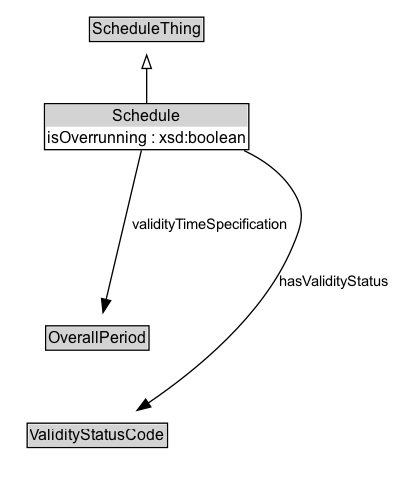
This is docs/diagrams/Schedule.dot.png from k-vaughn/ontology-its-time, a Graphviz export, as it was before one commit. Its source is kept beside it as docs/diagrams/Schedule.dot.
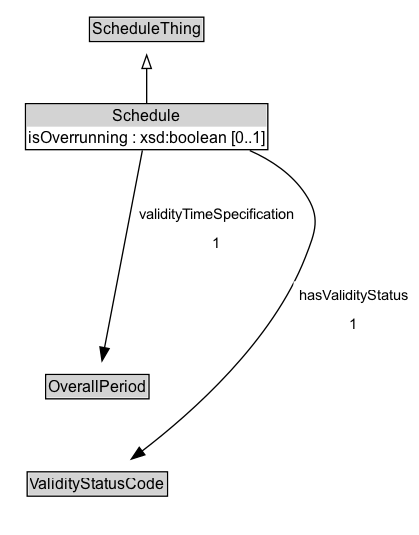
Later version of the same file.

Change to the diagram source:
```diff
@@ -6,7 +6,7 @@
 		rank=source
 		ScheduleThing [label=<<TABLE BORDER="1" CELLBORDER="0" CELLSPACING="0" CELLPADDING="1"><TR><TD BGCOLOR="lightgray" ALIGN="CENTER">ScheduleThing</TD></TR></TABLE>> URL="../ScheduleThing" margin=0]
 	}
-	Schedule [label=<<TABLE BORDER="1" CELLBORDER="0" CELLSPACING="0" CELLPADDING="1"><TR><TD BGCOLOR="lightgray" ALIGN="CENTER">Schedule</TD></TR><TR><TD ALIGN="LEFT">isOverrunning : xsd:boolean</TD></TR></TABLE>> URL="../Schedule" margin=0]
+	Schedule [label=<<TABLE BORDER="1" CELLBORDER="0" CELLSPACING="0" CELLPADDING="1"><TR><TD BGCOLOR="lightgray" ALIGN="CENTER">Schedule</TD></TR><TR><TD ALIGN="LEFT">isOverrunning : xsd:boolean [0..1]</TD></TR></TABLE>> URL="../Schedule" margin=0]
 	{
 		rank=max
 	}
@@ -21,7 +21,7 @@
 	Invis -> OverallPeriod [style=invis]
 	OverallPeriod -> ValidityStatusCode [style=invis]
 	OverallPeriod [label=<<TABLE BORDER="1" CELLBORDER="0" CELLSPACING="0" CELLPADDING="1"><TR><TD BGCOLOR="lightgray" ALIGN="CENTER">OverallPeriod</TD></TR></TABLE>> URL="../OverallPeriod" margin=0]
-	Schedule -> OverallPeriod [label=validityTimeSpecification arrowhead=normal style=solid]
+	Schedule -> OverallPeriod [label=<<TABLE BORDER="0" CELLBORDER="0" CELLSPACING="0" CELLPADDING="4" BGCOLOR="white"><TR><TD ALIGN="CENTER">validityTimeSpecification</TD></TR><TR><TD ALIGN="CENTER">1</TD></TR></TABLE>> arrowhead=normal style=solid]
 	ValidityStatusCode [label=<<TABLE BORDER="1" CELLBORDER="0" CELLSPACING="0" CELLPADDING="1"><TR><TD BGCOLOR="lightgray" ALIGN="CENTER">ValidityStatusCode</TD></TR></TABLE>> URL="../ValidityStatusCode" margin=0]
-	Schedule -> ValidityStatusCode [label=hasValidityStatus arrowhead=normal style=solid]
+	Schedule -> ValidityStatusCode [label=<<TABLE BORDER="0" CELLBORDER="0" CELLSPACING="0" CELLPADDING="4" BGCOLOR="white"><TR><TD ALIGN="CENTER">hasValidityStatus</TD></TR><TR><TD ALIGN="CENTER">1</TD></TR></TABLE>> arrowhead=normal style=solid]
 }
```
